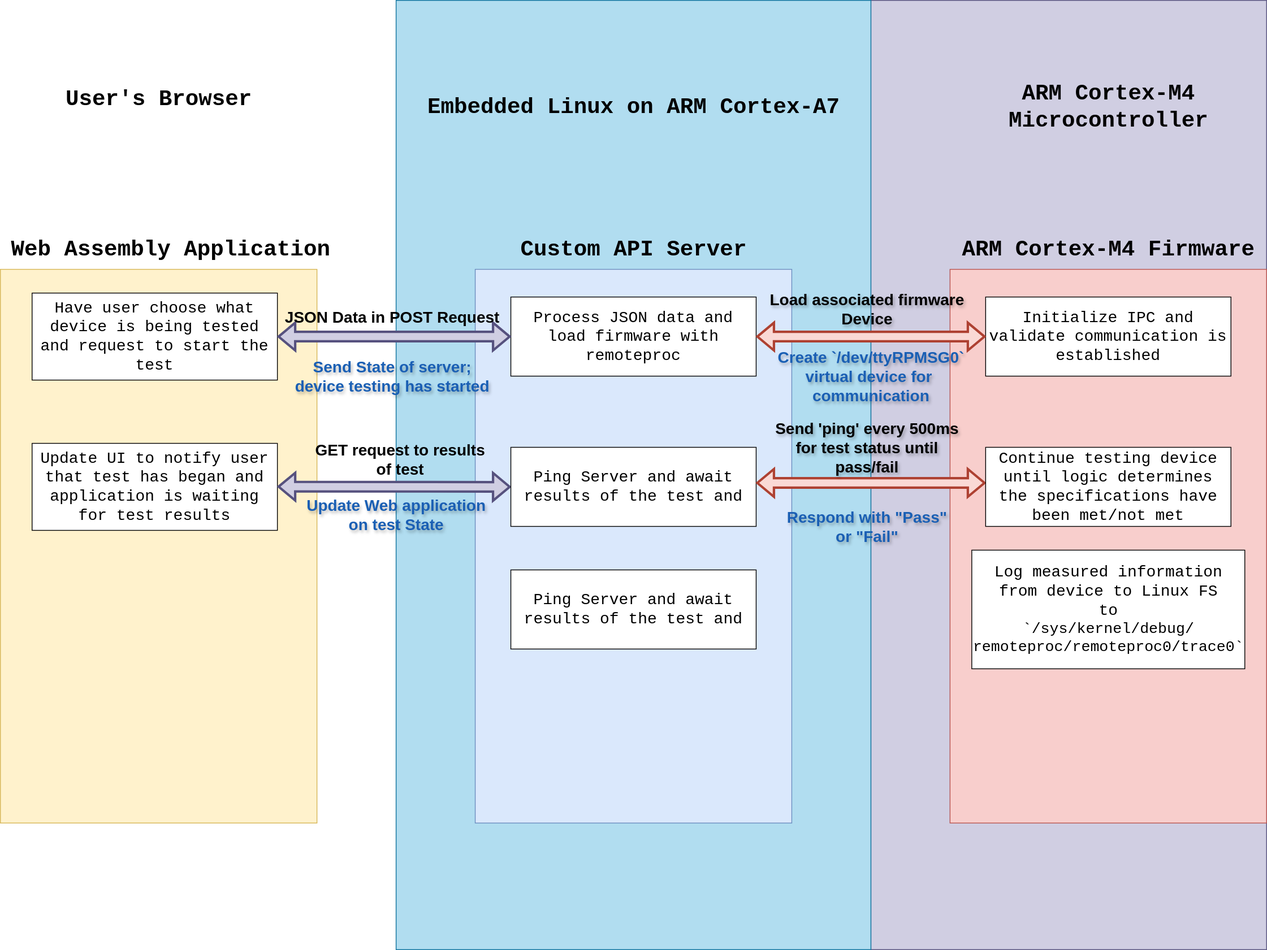
The draw.io diagram assets/software_stack.drawio.svg in DMGDy/SeniorDesign-FinalReport, before a commit. Source tidied: cells renumbered, new cells last; positions are measured from the earlier drawing's top-left corner, leaving out a move shared by most shapes.
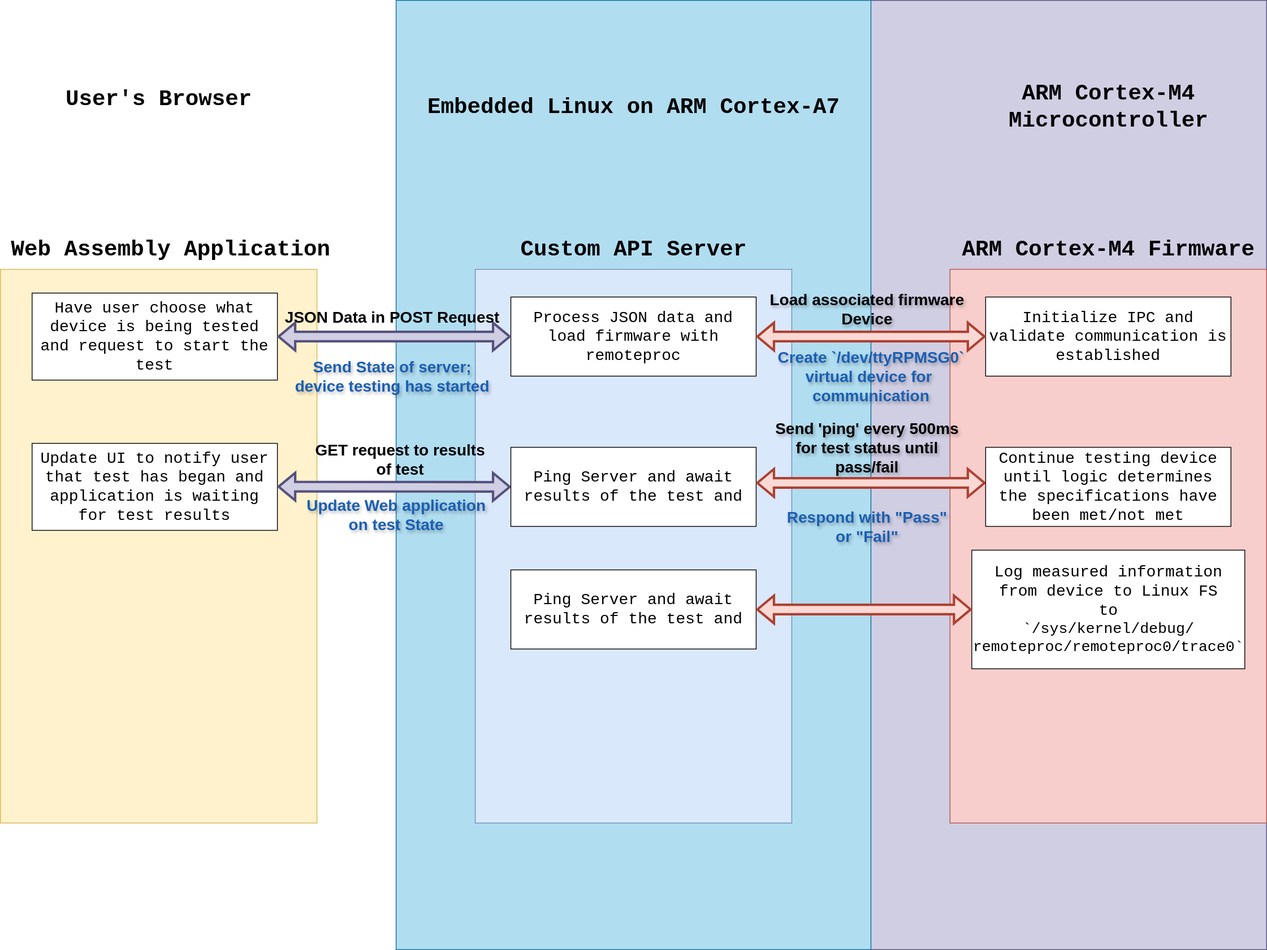
Above is the later version.

Change to the diagram source:
```diff
@@ -100,5 +100,10 @@
     <mxCell id="32" value="Ping Server and await results of the test and " style="whiteSpace=wrap;html=1;fontSize=20;fontFamily=Courier New;" parent="1" vertex="1">
       <mxGeometry x="645" y="720" width="310" height="100" as="geometry" />
     </mxCell>
+    <mxCell id="33" style="shape=flexArrow;endArrow=classic;startArrow=classic;html=1;rounded=0;exitX=1;exitY=0.5;exitDx=0;exitDy=0;fontSize=12;strokeWidth=3;fillColor=#fad9d5;strokeColor=#ae4132;entryX=0;entryY=0.5;entryDx=0;entryDy=0;" parent="1" edge="1" target="31">
+      <mxGeometry relative="1" as="geometry">
+        <mxPoint x="955" y="770" as="sourcePoint" />
+      </mxGeometry>
+    </mxCell>
   </root>
 </mxGraphModel>
```
